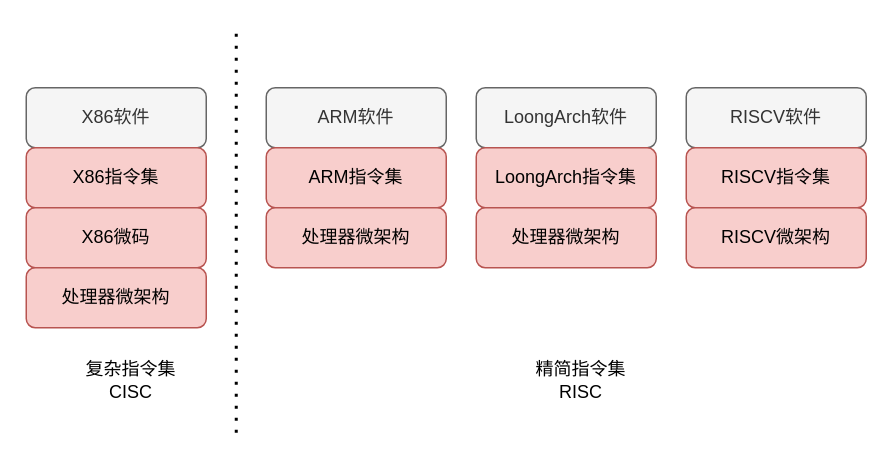
Earlier version of the draw.io diagram image/allCPU_arch.drawio (jensen-yan/yanyue_essay). Source tidied: cells renumbered, new cells numbered last; positions are measured from the earlier drawing's top-left corner, leaving out a move shared by most shapes. Both pictures are drawn from the tidied source at 150%, with x=0, y=0 at pixel (26, 27).
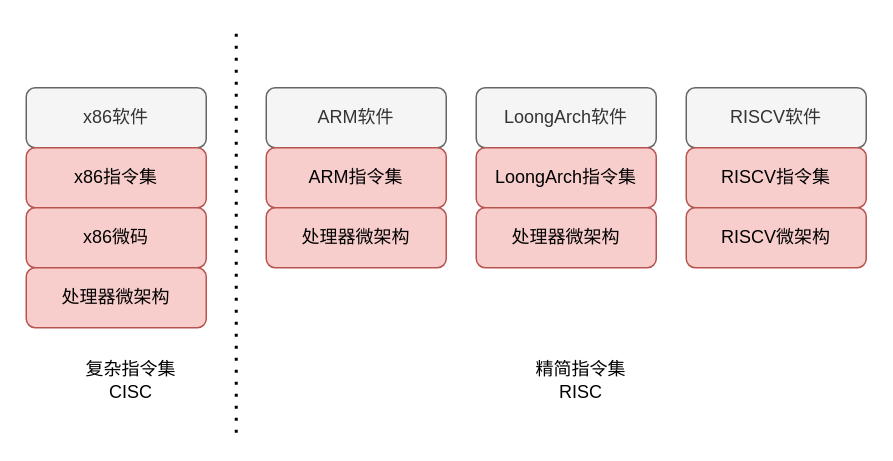
Above is the later version.

What changed in the source:
```diff
@@
 <mxGraphModel>
   <root>
     <mxCell id="0" />
     <mxCell id="1" parent="0" />
-    <mxCell id="2" value="X86软件" style="rounded=1;whiteSpace=wrap;html=1;fillColor=#f5f5f5;fontColor=#333333;strokeColor=#666666;" parent="1" vertex="1">
+    <mxCell id="2" value="x86软件" style="rounded=1;whiteSpace=wrap;html=1;fillColor=#f5f5f5;fontColor=#333333;strokeColor=#666666;" parent="1" vertex="1">
       <mxGeometry y="40" width="120" height="40" as="geometry" />
     </mxCell>
-    <mxCell id="3" value="X86指令集" style="rounded=1;whiteSpace=wrap;html=1;fillColor=#f8cecc;strokeColor=#b85450;" parent="1" vertex="1">
+    <mxCell id="3" value="x86指令集" style="rounded=1;whiteSpace=wrap;html=1;fillColor=#f8cecc;strokeColor=#b85450;" parent="1" vertex="1">
       <mxGeometry y="80" width="120" height="40" as="geometry" />
     </mxCell>
-    <mxCell id="4" value="X86微码" style="rounded=1;whiteSpace=wrap;html=1;fillColor=#f8cecc;strokeColor=#b85450;" parent="1" vertex="1">
+    <mxCell id="4" value="x86微码" style="rounded=1;whiteSpace=wrap;html=1;fillColor=#f8cecc;strokeColor=#b85450;" parent="1" vertex="1">
       <mxGeometry y="120" width="120" height="40" as="geometry" />
     </mxCell>
     <mxCell id="5" value="处理器微架构" style="rounded=1;whiteSpace=wrap;html=1;fillColor=#f8cecc;strokeColor=#b85450;" parent="1" vertex="1">
       <mxGeometry y="160" width="120" height="40" as="geometry" />
     </mxCell>
     <mxCell id="6" value="ARM软件" style="rounded=1;whiteSpace=wrap;html=1;fillColor=#f5f5f5;fontColor=#333333;strokeColor=#666666;" parent="1" vertex="1">
       <mxGeometry x="160" y="40" width="120" height="40" as="geometry" />
     </mxCell>
     <mxCell id="7" value="ARM指令集" style="rounded=1;whiteSpace=wrap;html=1;fillColor=#f8cecc;strokeColor=#b85450;" parent="1" vertex="1">
       <mxGeometry x="160" y="80" width="120" height="40" as="geometry" />
     </mxCell>
     <mxCell id="8" value="处理器微架构" style="rounded=1;whiteSpace=wrap;html=1;fillColor=#f8cecc;strokeColor=#b85450;" parent="1" vertex="1">
       <mxGeometry x="160" y="120" width="120" height="40" as="geometry" />
     </mxCell>
     <mxCell id="9" value="LoongArch软件" style="rounded=1;whiteSpace=wrap;html=1;fillColor=#f5f5f5;fontColor=#333333;strokeColor=#666666;" parent="1" vertex="1">
       <mxGeometry x="300" y="40" width="120" height="40" as="geometry" />
     </mxCell>
     <mxCell id="10" value="LoongArch指令集" style="rounded=1;whiteSpace=wrap;html=1;fillColor=#f8cecc;strokeColor=#b85450;" parent="1" vertex="1">
       <mxGeometry x="300" y="80" width="120" height="40" as="geometry" />
     </mxCell>
     <mxCell id="11" value="处理器微架构" style="rounded=1;whiteSpace=wrap;html=1;fillColor=#f8cecc;strokeColor=#b85450;" parent="1" vertex="1">
       <mxGeometry x="300" y="120" width="120" height="40" as="geometry" />
     </mxCell>
     <mxCell id="12" value="RISCV软件" style="rounded=1;whiteSpace=wrap;html=1;fillColor=#f5f5f5;fontColor=#333333;strokeColor=#666666;" parent="1" vertex="1">
       <mxGeometry x="440" y="40" width="120" height="40" as="geometry" />
     </mxCell>
     <mxCell id="13" value="RISCV指令集" style="rounded=1;whiteSpace=wrap;html=1;fillColor=#f8cecc;strokeColor=#b85450;" parent="1" vertex="1">
       <mxGeometry x="440" y="80" width="120" height="40" as="geometry" />
     </mxCell>
     <mxCell id="14" value="RISCV微架构" style="rounded=1;whiteSpace=wrap;html=1;fillColor=#f8cecc;strokeColor=#b85450;" parent="1" vertex="1">
       <mxGeometry x="440" y="120" width="120" height="40" as="geometry" />
     </mxCell>
     <mxCell id="15" style="endArrow=none;dashed=1;html=1;dashPattern=1 3;strokeWidth=2;" parent="1" edge="1">
       <mxGeometry relative="1" as="geometry">
         <mxPoint x="140" y="270" as="sourcePoint" />
         <mxPoint x="140" as="targetPoint" />
       </mxGeometry>
     </mxCell>
     <mxCell id="16" value="复杂指令集&lt;br&gt;CISC" style="text;html=1;strokeColor=none;fillColor=none;align=center;verticalAlign=middle;whiteSpace=wrap;rounded=0;" parent="1" vertex="1">
       <mxGeometry x="30" y="220" width="80" height="30" as="geometry" />
     </mxCell>
     <mxCell id="17" value="精简指令集&lt;br&gt;RISC" style="text;html=1;strokeColor=none;fillColor=none;align=center;verticalAlign=middle;whiteSpace=wrap;rounded=0;" parent="1" vertex="1">
       <mxGeometry x="330" y="220" width="80" height="30" as="geometry" />
     </mxCell>
   </root>
 </mxGraphModel>
```
